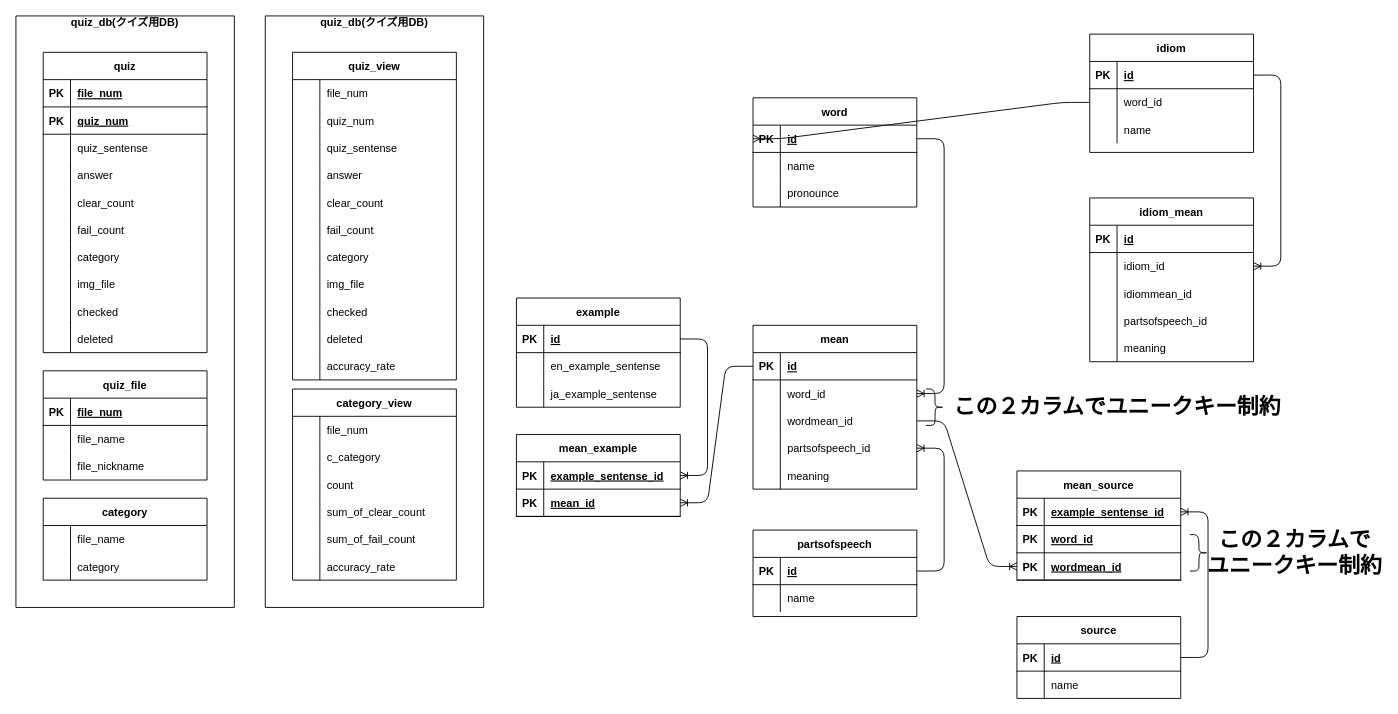
Above: database/drawio/erd.dio in WAT36/WAT-Quizzer (draw.io), before the change. Source tidied: cells renumbered, new cells numbered last; positions are measured from the earlier drawing's top-left corner, leaving out a move shared by most shapes. Both pictures are drawn from the tidied source at 91%, with x=0, y=0 at pixel (15, 15).
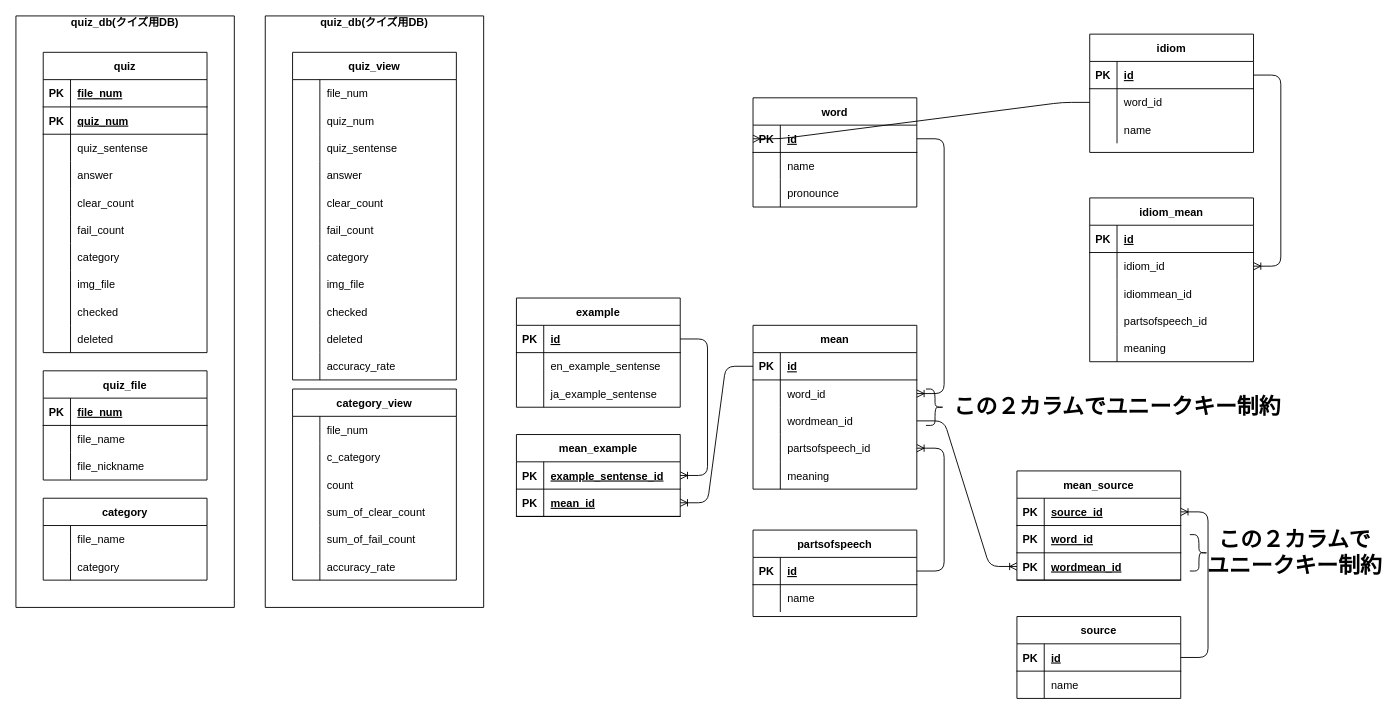
The same diagram, later.

Commit message (it also covers changes not shown here):
出典系のテーブル定義追加

Unchanged cells that the change refers to:
```xml
<mxCell id="197" style="shape=partialRectangle;fillColor=none;top=0;left=0;bottom=1;right=0;points=[[0,0.5],[1,0.5]];portConstraint=eastwest;" parent="196" vertex="1">
  <mxGeometry y="30" width="180" height="30" as="geometry" />
</mxCell>
```

The edit, as a diff of the source:
```diff
@@
-    <mxCell id="199" value="example_sentense_id" style="shape=partialRectangle;fillColor=none;top=0;left=0;bottom=0;right=0;align=left;spacingLeft=6;fontStyle=5;overflow=hidden;" parent="197" vertex="1">
+    <mxCell id="199" value="source_id" style="shape=partialRectangle;fillColor=none;top=0;left=0;bottom=0;right=0;align=left;spacingLeft=6;fontStyle=5;overflow=hidden;" parent="197" vertex="1">
       <mxGeometry x="30" width="150" height="30" as="geometry" />
     </mxCell>
```
